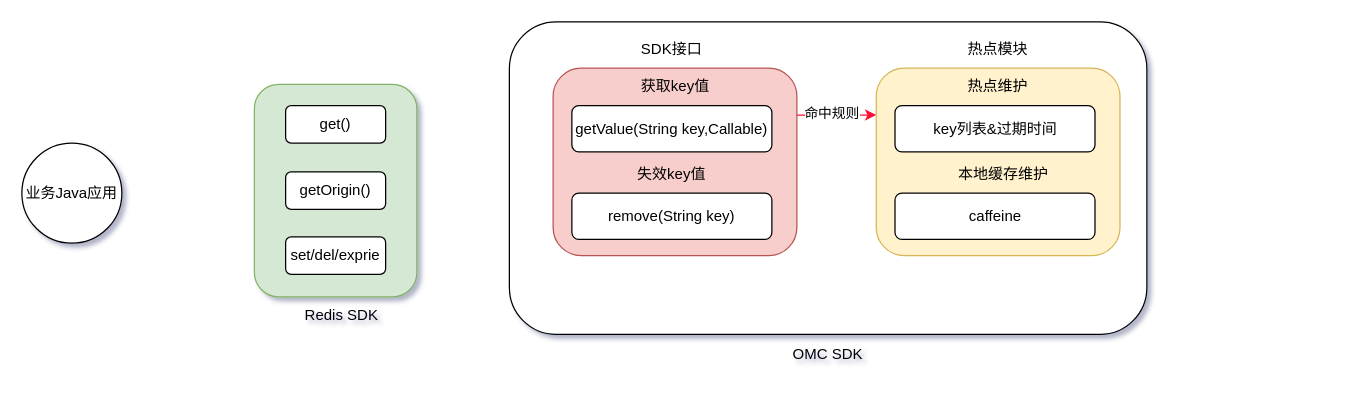
Before: 未命名绘图.drawio in qiangyin/zipkin-server, a draw.io diagram. Source tidied: cells renumbered, new cells numbered last; positions are measured from the earlier drawing's top-left corner, leaving out a move shared by most shapes. Both pictures are drawn from the tidied source at 125%, with x=0, y=0 at pixel (21, 21).
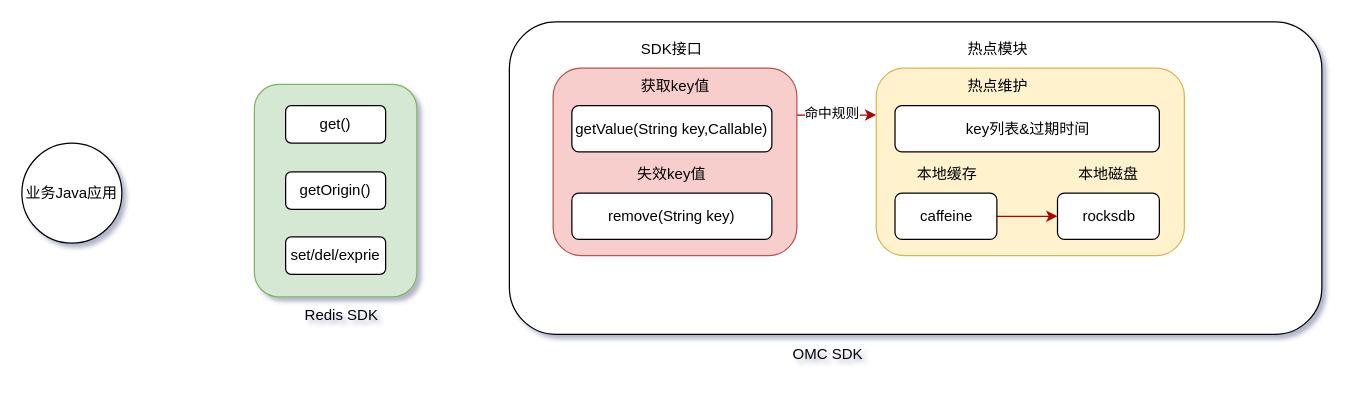
Above is the later version.

Commit message (it also covers changes not shown here):
更新未命名绘图.drawio

The change refers to these unchanged cells:
```xml
<mxCell id="12" style="rounded=1;whiteSpace=wrap;html=1;fillColor=#f8cecc;strokeColor=#b85450;" parent="1" vertex="1">
  <mxGeometry x="425" y="37" width="195" height="150" as="geometry" />
</mxCell>
```

What changed in the source:
```diff
@@
     <mxCell id="8" style="rounded=1;whiteSpace=wrap;html=1;" parent="1" vertex="1">
-      <mxGeometry x="390" width="510" height="250" as="geometry" />
+      <mxGeometry x="390" width="650" height="250" as="geometry" />
     </mxCell>
@@
-    <mxCell id="10" style="edgeStyle=orthogonalEdgeStyle;rounded=0;jettySize=auto;html=1;exitX=1;exitY=0.25;exitDx=0;exitDy=0;entryX=0;entryY=0.25;entryDx=0;entryDy=0;strokeColor=#FF0A33;" parent="1" edge="1" source="12" target="19">
+    <mxCell id="10" style="edgeStyle=orthogonalEdgeStyle;rounded=0;jettySize=auto;html=1;exitX=1;exitY=0.25;exitDx=0;exitDy=0;entryX=0;entryY=0.25;entryDx=0;entryDy=0;strokeColor=#B20000;fillColor=#e51400;" parent="1" edge="1" source="12" target="19">
       <mxGeometry relative="1" as="geometry" />
     </mxCell>
@@
     <mxCell id="19" style="rounded=1;whiteSpace=wrap;html=1;fillColor=#fff2cc;strokeColor=#d6b656;" parent="1" vertex="1">
-      <mxGeometry x="683.5" y="37" width="195" height="150" as="geometry" />
+      <mxGeometry x="683.5" y="37" width="246.5" height="150" as="geometry" />
     </mxCell>
     <mxCell id="20" value="key列表&amp;amp;过期时间" style="rounded=1;whiteSpace=wrap;html=1;" parent="1" vertex="1">
-      <mxGeometry x="698.5" y="67" width="160" height="37" as="geometry" />
+      <mxGeometry x="698.5" y="67" width="211.5" height="37" as="geometry" />
     </mxCell>
+    <mxCell id="24" style="edgeStyle=orthogonalEdgeStyle;rounded=0;jettySize=auto;html=1;exitX=1;exitY=0.5;exitDx=0;exitDy=0;entryX=0;entryY=0.5;entryDx=0;entryDy=0;fillColor=#e51400;strokeColor=#B20000;" parent="1" edge="1" source="21" target="25">
+      <mxGeometry relative="1" as="geometry" />
+    </mxCell>
     <mxCell id="21" value="caffeine" style="rounded=1;whiteSpace=wrap;html=1;" parent="1" vertex="1">
-      <mxGeometry x="698.5" y="137" width="160" height="37" as="geometry" />
+      <mxGeometry x="698.5" y="137" width="81.5" height="37" as="geometry" />
     </mxCell>
-    <mxCell id="22" value="本地缓存维护" style="text;html=1;align=center;verticalAlign=middle;whiteSpace=wrap;rounded=0;" parent="1" vertex="1">
-      <mxGeometry x="743.5" y="107" width="82.5" height="30" as="geometry" />
+    <mxCell id="22" value="本地缓存" style="text;html=1;align=center;verticalAlign=middle;whiteSpace=wrap;rounded=0;" parent="1" vertex="1">
+      <mxGeometry x="698.5" y="107" width="82.5" height="30" as="geometry" />
     </mxCell>
@@
+    <mxCell id="25" value="rocksdb" style="rounded=1;whiteSpace=wrap;html=1;" parent="1" vertex="1">
+      <mxGeometry x="828.5" y="137" width="81.5" height="37" as="geometry" />
+    </mxCell>
+    <mxCell id="26" value="本地磁盘" style="text;html=1;align=center;verticalAlign=middle;whiteSpace=wrap;rounded=0;" parent="1" vertex="1">
+      <mxGeometry x="827.5" y="107" width="82.5" height="30" as="geometry" />
+    </mxCell>
```
